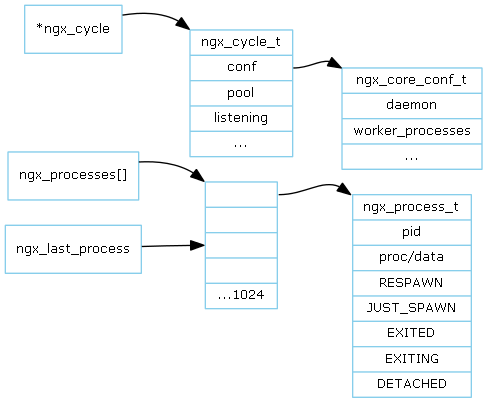
Earlier version of the Graphviz export doc/Graph/process_model/data_structure.png (lingjf/nginx_analyse). Its source is kept beside it as doc/Graph/process_model/data_structure.gv.
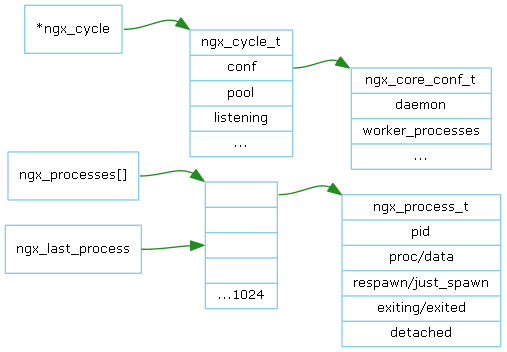
After the change.

Commit message:
Update Nginx Process Model documents

What changed in the source:
```diff
@@ -1,20 +1,21 @@
 digraph ngx_process_data_structure {
    rankdir=LR;
    node [shape=record, color=skyblue, fontname="Verdana", fontsize=10];
+   edge [color=forestgreen, fontname="Verdana", fontsize=10];
 
    ngx_processes [label="ngx_processes[]"];
    ngx_last_process [label="ngx_last_process"];
    ngx_processes_array [label="<1>|<2>|<3>||...1024"];
-   ngx_process_t [label="ngx_process_t|<pid>pid|<proc>proc/data|RESPAWN|JUST_SPAWN|EXITED|EXITING|DETACHED"];
+   ngx_process_t [label="ngx_process_t|<pid>pid|<proc>proc/data|respawn/just_spawn|exiting/exited|detached"];
 
-   ngx_processes -> ngx_processes_array:nw;
-   ngx_last_process -> ngx_processes_array:3;
+   ngx_processes:e -> ngx_processes_array:nw;
+   ngx_last_process:e -> ngx_processes_array:3;
    ngx_processes_array:1 -> ngx_process_t:nw;
 
    ngx_cycle [label="*ngx_cycle"];
    ngx_cycle_t [label="ngx_cycle_t|<conf>conf|pool|listening|..."];
    ngx_core_conf_t [label="ngx_core_conf_t|<daemon>daemon|<worker_processes>worker_processes|..."];
 
-   ngx_cycle->ngx_cycle_t:nw;
+   ngx_cycle:e->ngx_cycle_t:nw;
    ngx_cycle_t:conf -> ngx_core_conf_t:nw;
 }
```
